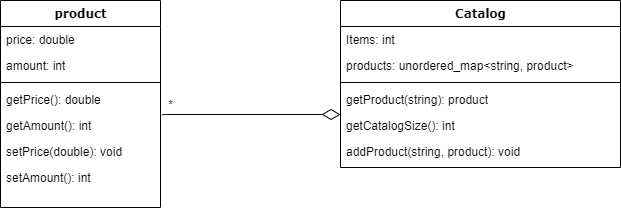
Before: images/onlineShoppingApplication.png, a diagram exported from draw.io (RayRuizheLi/onlineShoppingApplication). Source tidied: cells renumbered, new cells last; positions are measured from the earlier drawing's top-left corner, leaving out a move shared by most shapes.
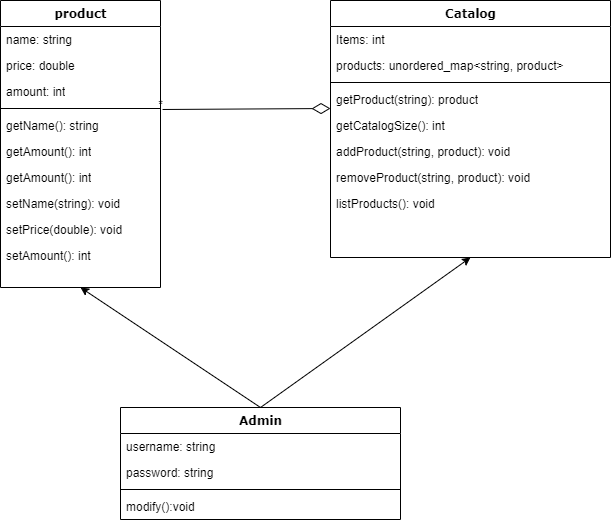
After the change.

Change to the diagram source:
```diff
@@ -2,37 +2,41 @@
   <root>
     <mxCell id="0" />
     <mxCell id="1" parent="0" />
-    <mxCell id="2" style="edgeStyle=orthogonalEdgeStyle;rounded=0;jettySize=auto;html=1;exitX=0.5;exitY=1;exitDx=0;exitDy=0;" parent="1" edge="1" source="3">
-      <mxGeometry relative="1" as="geometry">
-        <mxPoint x="80" y="207" as="targetPoint" />
-      </mxGeometry>
-    </mxCell>
     <mxCell id="3" value="product" style="swimlane;html=1;fontStyle=1;align=center;verticalAlign=top;horizontal=1;startSize=26;swimlaneFillColor=#ffffff;rounded=0;shadow=0;comic=0;labelBackgroundColor=none;strokeWidth=1;fillColor=none;fontFamily=Verdana;fontSize=12;" parent="1" vertex="1">
-      <mxGeometry width="160" height="207" as="geometry" />
+      <mxGeometry x="10" width="160" height="287" as="geometry" />
     </mxCell>
+    <mxCell id="21" value="name: string" style="text;html=1;strokeColor=none;fillColor=none;align=left;verticalAlign=top;spacingLeft=4;spacingRight=4;whiteSpace=wrap;overflow=hidden;" parent="3" vertex="1">
+      <mxGeometry y="26" width="160" height="26" as="geometry" />
+    </mxCell>
     <mxCell id="4" value="price: double" style="text;html=1;strokeColor=none;fillColor=none;align=left;verticalAlign=top;spacingLeft=4;spacingRight=4;whiteSpace=wrap;overflow=hidden;" parent="3" vertex="1">
-      <mxGeometry y="26" width="160" height="26" as="geometry" />
+      <mxGeometry y="52" width="160" height="26" as="geometry" />
     </mxCell>
     <mxCell id="5" value="amount: int" style="text;html=1;strokeColor=none;fillColor=none;align=left;verticalAlign=top;spacingLeft=4;spacingRight=4;whiteSpace=wrap;overflow=hidden;" parent="3" vertex="1">
-      <mxGeometry y="52" width="160" height="26" as="geometry" />
+      <mxGeometry y="78" width="160" height="26" as="geometry" />
     </mxCell>
     <mxCell id="6" style="line;html=1;strokeWidth=1;fillColor=none;align=left;verticalAlign=middle;spacingTop=-1;spacingLeft=3;spacingRight=3;labelPosition=right;" parent="3" vertex="1">
-      <mxGeometry y="78" width="160" height="8" as="geometry" />
+      <mxGeometry y="104" width="160" height="8" as="geometry" />
     </mxCell>
-    <mxCell id="7" value="getPrice(): double&amp;nbsp;&lt;br&gt;" style="text;html=1;strokeColor=none;fillColor=none;align=left;verticalAlign=top;spacingLeft=4;spacingRight=4;whiteSpace=wrap;overflow=hidden;" parent="3" vertex="1">
-      <mxGeometry y="86" width="160" height="26" as="geometry" />
+    <mxCell id="7" value="getName(): string&amp;nbsp;" style="text;html=1;strokeColor=none;fillColor=none;align=left;verticalAlign=top;spacingLeft=4;spacingRight=4;whiteSpace=wrap;overflow=hidden;" parent="3" vertex="1">
+      <mxGeometry y="112" width="160" height="26" as="geometry" />
     </mxCell>
+    <mxCell id="22" value="getAmount(): int" style="text;html=1;strokeColor=none;fillColor=none;align=left;verticalAlign=top;spacingLeft=4;spacingRight=4;whiteSpace=wrap;overflow=hidden;" parent="3" vertex="1">
+      <mxGeometry y="138" width="160" height="26" as="geometry" />
+    </mxCell>
     <mxCell id="8" value="getAmount(): int" style="text;html=1;strokeColor=none;fillColor=none;align=left;verticalAlign=top;spacingLeft=4;spacingRight=4;whiteSpace=wrap;overflow=hidden;points=[[0,0.5],[1,0.5]];portConstraint=eastwest;" parent="3" vertex="1">
-      <mxGeometry y="112" width="160" height="26" as="geometry" />
+      <mxGeometry y="164" width="160" height="26" as="geometry" />
     </mxCell>
+    <mxCell id="23" value="setName(string): void" style="text;html=1;strokeColor=none;fillColor=none;align=left;verticalAlign=top;spacingLeft=4;spacingRight=4;whiteSpace=wrap;overflow=hidden;" parent="3" vertex="1">
+      <mxGeometry y="190" width="160" height="26" as="geometry" />
+    </mxCell>
     <mxCell id="9" value="setPrice(double): void" style="text;html=1;strokeColor=none;fillColor=none;align=left;verticalAlign=top;spacingLeft=4;spacingRight=4;whiteSpace=wrap;overflow=hidden;" parent="3" vertex="1">
-      <mxGeometry y="138" width="160" height="26" as="geometry" />
+      <mxGeometry y="216" width="160" height="26" as="geometry" />
     </mxCell>
     <mxCell id="10" value="setAmount(): int" style="text;html=1;strokeColor=none;fillColor=none;align=left;verticalAlign=top;spacingLeft=4;spacingRight=4;whiteSpace=wrap;overflow=hidden;" parent="3" vertex="1">
-      <mxGeometry y="164" width="160" height="26" as="geometry" />
+      <mxGeometry y="242" width="160" height="26" as="geometry" />
     </mxCell>
     <mxCell id="11" value="Catalog" style="swimlane;html=1;fontStyle=1;align=center;verticalAlign=top;horizontal=1;startSize=26;swimlaneFillColor=#ffffff;rounded=0;shadow=0;comic=0;labelBackgroundColor=none;strokeWidth=1;fillColor=none;fontFamily=Verdana;fontSize=12;" parent="1" vertex="1">
-      <mxGeometry x="340" width="280" height="167" as="geometry" />
+      <mxGeometry x="340" width="280" height="257" as="geometry" />
     </mxCell>
     <mxCell id="12" value="Items: int" style="text;html=1;strokeColor=none;fillColor=none;align=left;verticalAlign=top;spacingLeft=4;spacingRight=4;whiteSpace=wrap;overflow=hidden;" parent="11" vertex="1">
       <mxGeometry y="26" width="280" height="26" as="geometry" />
@@ -52,16 +56,41 @@
     <mxCell id="17" value="addProduct(string, product): void" style="text;html=1;strokeColor=none;fillColor=none;align=left;verticalAlign=top;spacingLeft=4;spacingRight=4;whiteSpace=wrap;overflow=hidden;" parent="11" vertex="1">
       <mxGeometry y="138" width="280" height="26" as="geometry" />
     </mxCell>
-    <mxCell id="18" style="edgeStyle=elbowEdgeStyle;html=1;labelBackgroundColor=none;startFill=0;startSize=8;endArrow=diamondThin;endFill=0;endSize=16;fontFamily=Verdana;fontSize=12;elbow=vertical;exitX=1.013;exitY=0.115;exitDx=0;exitDy=0;exitPerimeter=0;" parent="1" edge="1" source="8">
-      <mxGeometry relative="1" as="geometry">
-        <mxPoint x="340" y="114" as="targetPoint" />
-      </mxGeometry>
-    </mxCell>
+    <mxCell id="24" value="removeProduct(string, product): void" style="text;html=1;strokeColor=none;fillColor=none;align=left;verticalAlign=top;spacingLeft=4;spacingRight=4;whiteSpace=wrap;overflow=hidden;" parent="11" vertex="1">
+      <mxGeometry y="164" width="280" height="26" as="geometry" />
+    </mxCell>
+    <mxCell id="25" value="listProducts(): void" style="text;html=1;strokeColor=none;fillColor=none;align=left;verticalAlign=top;spacingLeft=4;spacingRight=4;whiteSpace=wrap;overflow=hidden;" parent="11" vertex="1">
+      <mxGeometry y="190" width="280" height="26" as="geometry" />
+    </mxCell>
     <mxCell id="19" value="*" style="text;html=1;align=center;verticalAlign=middle;points=[];" parent="1" vertex="1">
       <mxGeometry x="160" y="93.5" width="20" height="20" as="geometry" />
     </mxCell>
-    <mxCell id="20" style="edgeStyle=elbowEdgeStyle;html=1;labelBackgroundColor=none;startFill=0;startSize=8;endArrow=diamondThin;endFill=0;endSize=16;fontFamily=Verdana;fontSize=12;elbow=vertical;" parent="1" edge="1" source="3" target="19">
-      <mxGeometry relative="1" as="geometry" />
-    </mxCell>
+    <mxCell id="26" value="Admin" style="swimlane;html=1;fontStyle=1;align=center;verticalAlign=top;horizontal=1;startSize=26;swimlaneFillColor=#ffffff;rounded=0;shadow=0;comic=0;labelBackgroundColor=none;strokeWidth=1;fillColor=none;fontFamily=Verdana;fontSize=12;" parent="1" vertex="1">
+      <mxGeometry x="130" y="407" width="280" height="112" as="geometry" />
+    </mxCell>
+    <mxCell id="27" value="username: string" style="text;html=1;strokeColor=none;fillColor=none;align=left;verticalAlign=top;spacingLeft=4;spacingRight=4;whiteSpace=wrap;overflow=hidden;" parent="26" vertex="1">
+      <mxGeometry y="26" width="280" height="26" as="geometry" />
+    </mxCell>
+    <mxCell id="28" value="password: string" style="text;html=1;strokeColor=none;fillColor=none;align=left;verticalAlign=top;spacingLeft=4;spacingRight=4;whiteSpace=wrap;overflow=hidden;" parent="26" vertex="1">
+      <mxGeometry y="52" width="280" height="26" as="geometry" />
+    </mxCell>
+    <mxCell id="29" style="line;html=1;strokeWidth=1;fillColor=none;align=left;verticalAlign=middle;spacingTop=-1;spacingLeft=3;spacingRight=3;labelPosition=right;" parent="26" vertex="1">
+      <mxGeometry y="78" width="280" height="8" as="geometry" />
+    </mxCell>
+    <mxCell id="30" value="modify():void" style="text;html=1;strokeColor=none;fillColor=none;align=left;verticalAlign=top;spacingLeft=4;spacingRight=4;whiteSpace=wrap;overflow=hidden;" parent="26" vertex="1">
+      <mxGeometry y="86" width="280" height="26" as="geometry" />
+    </mxCell>
+    <mxCell id="31" style="endArrow=classic;html=1;exitX=0.5;exitY=0;exitDx=0;exitDy=0;entryX=0.5;entryY=1;entryDx=0;entryDy=0;" parent="1" edge="1" source="26" target="3">
+      <mxGeometry relative="1" as="geometry" />
+    </mxCell>
+    <mxCell id="32" style="endArrow=classic;html=1;exitX=0.5;exitY=0;exitDx=0;exitDy=0;entryX=0.5;entryY=1;entryDx=0;entryDy=0;" parent="1" edge="1" source="26" target="11">
+      <mxGeometry relative="1" as="geometry" />
+    </mxCell>
+    <mxCell id="33" style="edgeStyle=elbowEdgeStyle;html=1;labelBackgroundColor=none;startFill=0;startSize=8;endArrow=diamondThin;endFill=0;endSize=16;fontFamily=Verdana;fontSize=12;elbow=vertical;exitX=1.013;exitY=0.115;exitDx=0;exitDy=0;exitPerimeter=0;" parent="1" edge="1">
+      <mxGeometry relative="1" as="geometry">
+        <mxPoint x="172.1" y="109" as="sourcePoint" />
+        <mxPoint x="340" y="108" as="targetPoint" />
+      </mxGeometry>
+    </mxCell>
   </root>
 </mxGraphModel>
```
